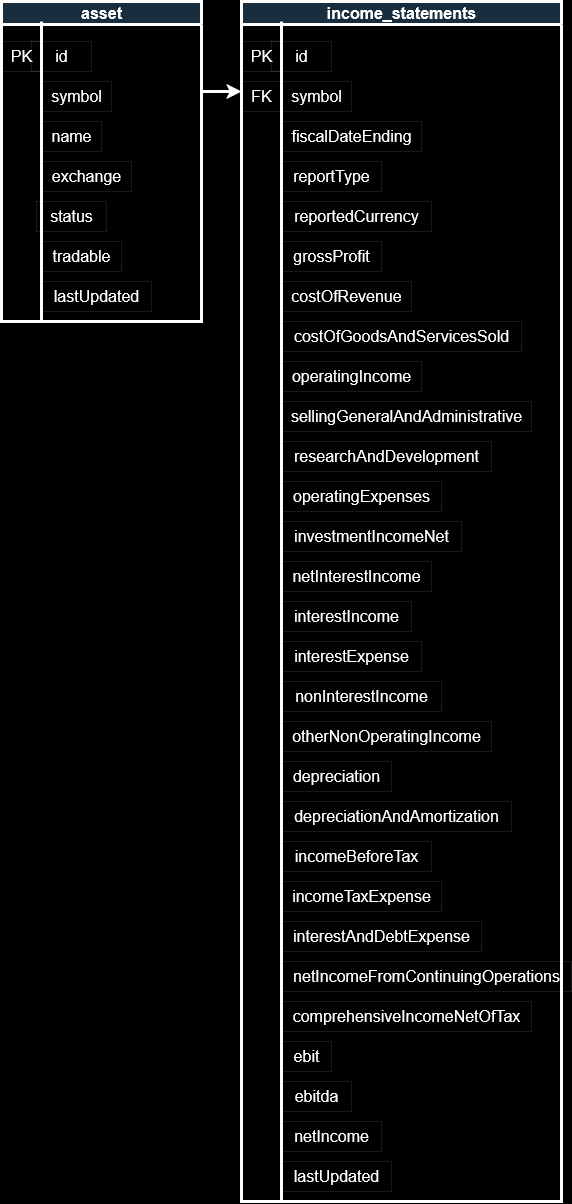
LarryDevinCarter/OptionScanner keeps this draw.io diagram as option-scanner/docs/OptionScanner.drawio.png. Above is the earlier version. Source tidied: cells renumbered, new cells last; positions are measured from the earlier drawing's top-left corner, leaving out a move shared by most shapes.
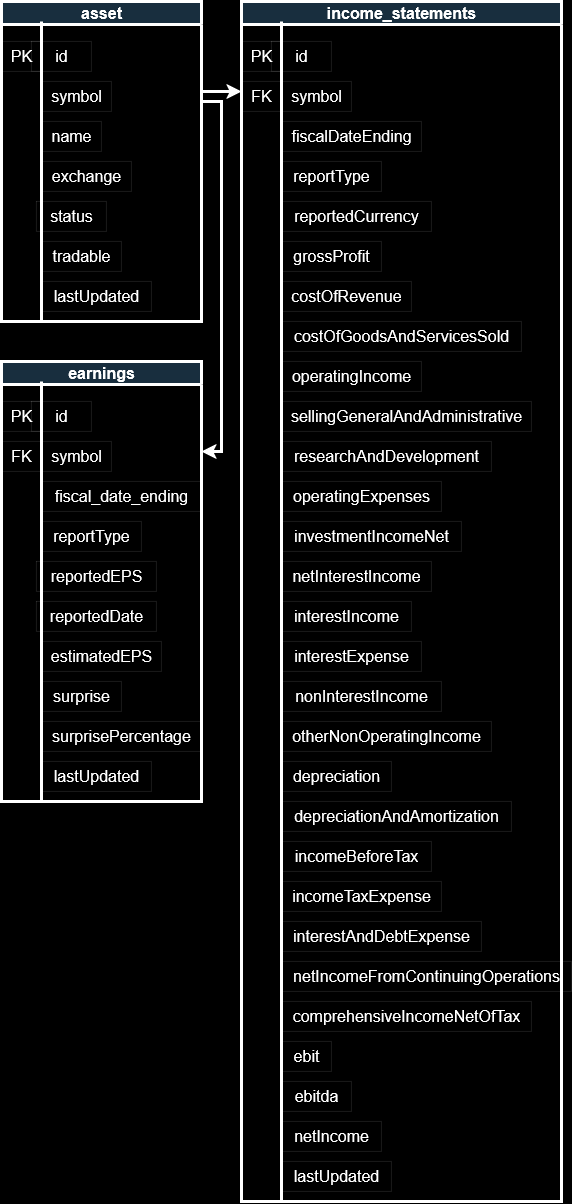
After the change.

Change to the diagram source:
```diff
@@ -142,5 +142,60 @@
         <mxPoint x="200" y="90" as="sourcePoint" />
       </mxGeometry>
     </mxCell>
+    <mxCell id="46" value="earnings" style="swimlane;html=1;strokeColor=#FFFFFF;fontColor=#FFFFFF;fontSize=16;fillColor=#182E3E;strokeWidth=3;startSize=23;" parent="1" vertex="1">
+      <mxGeometry y="360" width="200" height="440" as="geometry" />
+    </mxCell>
+    <mxCell id="47" value="PK " style="text;html=1;align=center;verticalAlign=middle;strokeColor=#FFFFFF;fontColor=#FFFFFF;fontSize=16;strokeWidth=0;" parent="46" vertex="1">
+      <mxGeometry y="40" width="40" height="30" as="geometry" />
+    </mxCell>
+    <mxCell id="48" value="id" style="text;html=1;align=center;verticalAlign=middle;rounded=0;strokeColor=#FFFFFF;fontColor=#FFFFFF;fontSize=16;strokeWidth=0;" parent="46" vertex="1">
+      <mxGeometry x="30" y="40" width="60" height="30" as="geometry" />
+    </mxCell>
+    <mxCell id="49" value="&lt;div&gt;symbol&lt;/div&gt;" style="text;html=1;align=center;verticalAlign=middle;strokeColor=#FFFFFF;fontColor=#FFFFFF;fontSize=16;strokeWidth=0;" parent="46" vertex="1">
+      <mxGeometry x="40" y="80" width="70" height="30" as="geometry" />
+    </mxCell>
+    <mxCell id="50" value="fiscal_date_ending" style="text;html=1;align=center;verticalAlign=middle;strokeColor=#FFFFFF;fontColor=#FFFFFF;fontSize=16;strokeWidth=0;" parent="46" vertex="1">
+      <mxGeometry x="40" y="120" width="160" height="30" as="geometry" />
+    </mxCell>
+    <mxCell id="51" value="reportedEPS" style="text;html=1;align=center;verticalAlign=middle;strokeColor=#FFFFFF;fontColor=#FFFFFF;fontSize=16;strokeWidth=0;" parent="46" vertex="1">
+      <mxGeometry x="35" y="200" width="120" height="30" as="geometry" />
+    </mxCell>
+    <mxCell id="52" value="reportType" style="text;html=1;align=center;verticalAlign=middle;strokeColor=#FFFFFF;fontColor=#FFFFFF;fontSize=16;strokeWidth=0;" parent="46" vertex="1">
+      <mxGeometry x="40" y="160" width="100" height="30" as="geometry" />
+    </mxCell>
+    <mxCell id="53" value="reportedDate" style="text;html=1;align=center;verticalAlign=middle;strokeColor=#FFFFFF;fontColor=#FFFFFF;fontSize=16;strokeWidth=0;" parent="46" vertex="1">
+      <mxGeometry x="35" y="240" width="120" height="30" as="geometry" />
+    </mxCell>
+    <mxCell id="54" value="estimatedEPS" style="text;html=1;align=center;verticalAlign=middle;strokeColor=#FFFFFF;fontColor=#FFFFFF;fontSize=16;strokeWidth=0;" parent="46" vertex="1">
+      <mxGeometry x="40" y="280" width="120" height="30" as="geometry" />
+    </mxCell>
+    <mxCell id="55" value="surprise" style="text;html=1;align=center;verticalAlign=middle;strokeColor=#FFFFFF;fontColor=#FFFFFF;fontSize=16;strokeWidth=0;" parent="46" vertex="1">
+      <mxGeometry x="40" y="320" width="80" height="30" as="geometry" />
+    </mxCell>
+    <mxCell id="56" value="surprisePercentage" style="text;html=1;align=center;verticalAlign=middle;strokeColor=#FFFFFF;fontColor=#FFFFFF;fontSize=16;strokeWidth=0;" parent="46" vertex="1">
+      <mxGeometry x="40" y="360" width="160" height="30" as="geometry" />
+    </mxCell>
+    <mxCell id="57" value="lastUpdated" style="text;html=1;align=center;verticalAlign=middle;strokeColor=#FFFFFF;fontColor=#FFFFFF;fontSize=16;strokeWidth=0;" parent="46" vertex="1">
+      <mxGeometry x="40" y="400" width="110" height="30" as="geometry" />
+    </mxCell>
+    <mxCell id="58" value="FK" style="text;html=1;align=center;verticalAlign=middle;strokeColor=#FFFFFF;fontColor=#FFFFFF;fontSize=16;strokeWidth=0;" parent="46" vertex="1">
+      <mxGeometry y="80" width="40" height="30" as="geometry" />
+    </mxCell>
+    <mxCell id="59" style="endArrow=none;html=1;rounded=0;strokeColor=#FFFFFF;fontColor=#FFFFFF;fontSize=16;strokeWidth=3;" parent="1" edge="1">
+      <mxGeometry relative="1" as="geometry">
+        <mxPoint x="40" y="800" as="sourcePoint" />
+        <mxPoint x="40" y="380" as="targetPoint" />
+      </mxGeometry>
+    </mxCell>
+    <mxCell id="60" style="endArrow=classic;html=1;rounded=0;strokeWidth=3;strokeColor=#FFFFFF;" parent="1" edge="1">
+      <mxGeometry relative="1" as="geometry">
+        <mxPoint x="200" y="100" as="sourcePoint" />
+        <mxPoint x="200" y="450" as="targetPoint" />
+        <Array as="points">
+          <mxPoint x="220" y="100" />
+          <mxPoint x="220" y="450" />
+        </Array>
+      </mxGeometry>
+    </mxCell>
   </root>
 </mxGraphModel>
```
